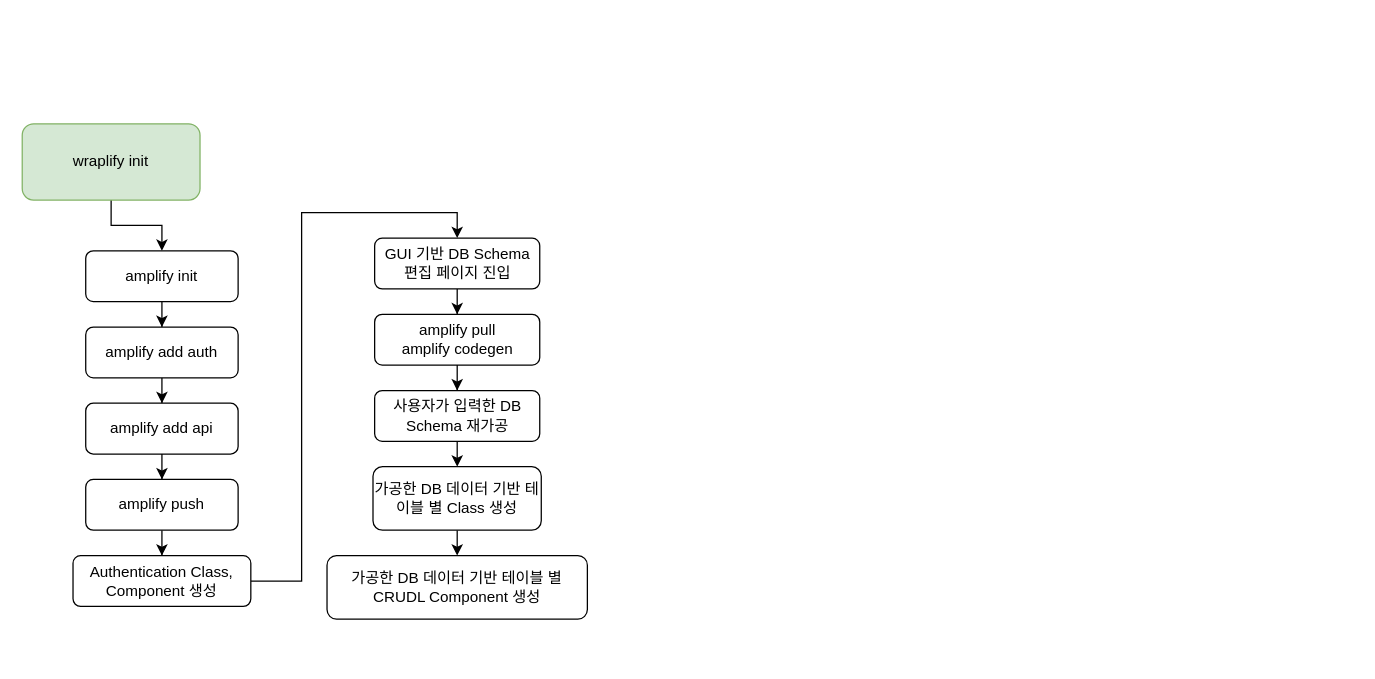
This is Untitled Diagram.drawio from The-CAUest/wraplify, a draw.io file, before an edit. Source tidied: cells renumbered, new cells numbered last; positions are measured from the earlier drawing's top-left corner, leaving out a move shared by most shapes. Both pictures are drawn from the tidied source at 127%, with x=0, y=0 at pixel (22, 123).
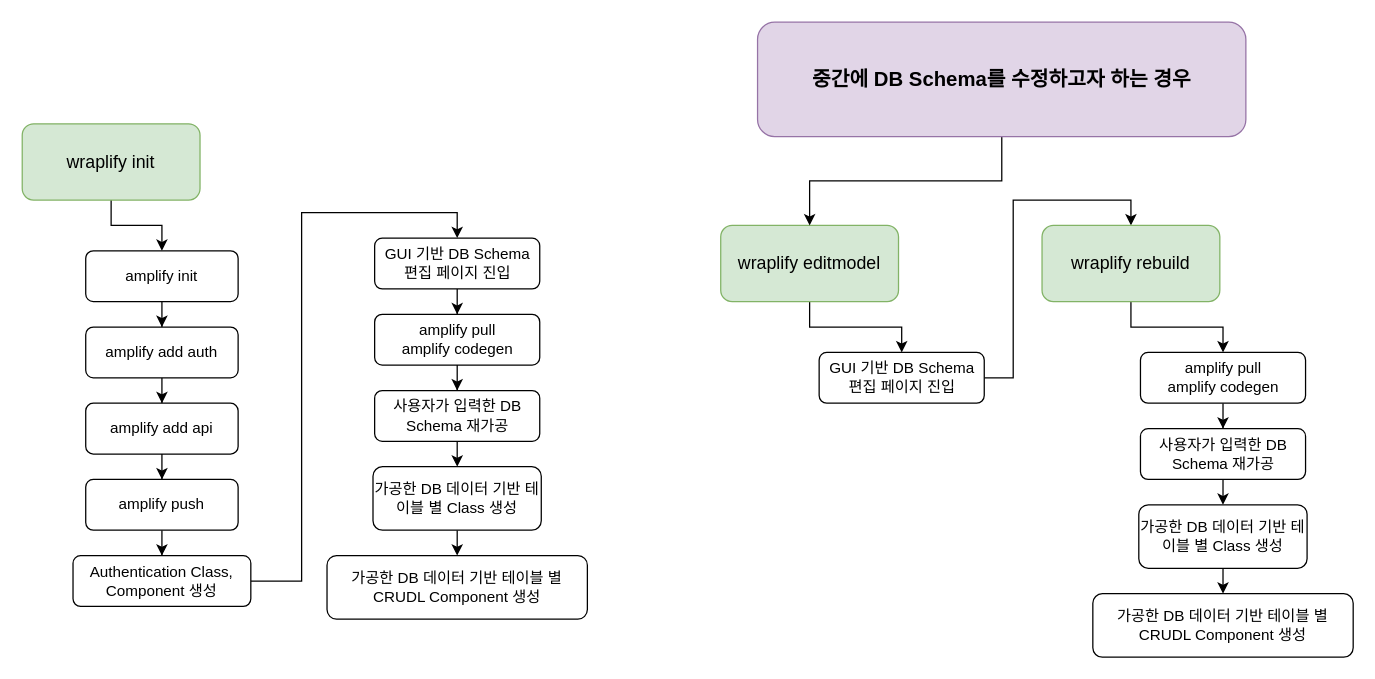
The same diagram, later.

Diff of the diagram source:
```diff
@@
-    <mxCell id="3" value="wraplify init" style="rounded=1;whiteSpace=wrap;html=1;fontSize=12;glass=0;strokeWidth=1;shadow=0;fillColor=#d5e8d4;strokeColor=#82b366;" parent="1" vertex="1">
+    <mxCell id="3" value="wraplify init" style="rounded=1;whiteSpace=wrap;html=1;fontSize=14;glass=0;strokeWidth=1;shadow=0;fillColor=#d5e8d4;strokeColor=#82b366;" parent="1" vertex="1">
       <mxGeometry width="140" height="60" as="geometry" />
     </mxCell>
@@
+    <mxCell id="23" style="edgeStyle=orthogonalEdgeStyle;rounded=0;jettySize=auto;html=1;exitX=0.5;exitY=1;exitDx=0;exitDy=0;entryX=0.5;entryY=0;entryDx=0;entryDy=0;" parent="1" edge="1" source="24" target="30">
+      <mxGeometry relative="1" as="geometry" />
+    </mxCell>
+    <mxCell id="24" value="wraplify editmodel" style="rounded=1;whiteSpace=wrap;html=1;fontSize=14;glass=0;strokeWidth=1;shadow=0;fillColor=#d5e8d4;strokeColor=#82b366;" parent="1" vertex="1">
+      <mxGeometry x="550" y="80" width="140" height="60" as="geometry" />
+    </mxCell>
+    <mxCell id="25" style="edgeStyle=orthogonalEdgeStyle;rounded=0;orthogonalLoop=1;jettySize=auto;html=1;" parent="1" edge="1">
+      <mxGeometry relative="1" as="geometry">
+        <mxPoint x="660" y="160" as="sourcePoint" />
+      </mxGeometry>
+    </mxCell>
+    <mxCell id="26" style="edgeStyle=orthogonalEdgeStyle;rounded=0;orthogonalLoop=1;jettySize=auto;html=1;" parent="1" edge="1">
+      <mxGeometry relative="1" as="geometry">
+        <mxPoint x="660" y="220" as="sourcePoint" />
+      </mxGeometry>
+    </mxCell>
+    <mxCell id="27" style="edgeStyle=orthogonalEdgeStyle;rounded=0;orthogonalLoop=1;jettySize=auto;html=1;" parent="1" edge="1">
+      <mxGeometry relative="1" as="geometry">
+        <mxPoint x="660" y="280" as="sourcePoint" />
+      </mxGeometry>
+    </mxCell>
+    <mxCell id="28" style="edgeStyle=orthogonalEdgeStyle;rounded=0;orthogonalLoop=1;jettySize=auto;html=1;" parent="1" edge="1">
+      <mxGeometry relative="1" as="geometry">
+        <mxPoint x="660" y="360" as="targetPoint" />
+      </mxGeometry>
+    </mxCell>
+    <mxCell id="29" style="edgeStyle=orthogonalEdgeStyle;rounded=0;jettySize=auto;html=1;entryX=0.5;entryY=0;entryDx=0;entryDy=0;" parent="1" edge="1" source="30" target="34">
+      <mxGeometry relative="1" as="geometry" />
+    </mxCell>
+    <mxCell id="30" value="GUI 기반 DB Schema 편집 페이지 진입" style="rounded=1;whiteSpace=wrap;html=1;fontSize=12;glass=0;strokeWidth=1;shadow=0;" parent="1" vertex="1">
+      <mxGeometry x="627.5" y="180" width="130" height="40" as="geometry" />
+    </mxCell>
+    <mxCell id="31" style="edgeStyle=orthogonalEdgeStyle;rounded=0;jettySize=auto;html=1;" parent="1" edge="1" source="32" target="24">
+      <mxGeometry relative="1" as="geometry" />
+    </mxCell>
+    <mxCell id="32" value="&lt;b&gt;&lt;font style=&quot;font-size: 16px&quot;&gt;중간에 DB Schema를 수정하고자 하는 경우&lt;/font&gt;&lt;/b&gt;" style="rounded=1;whiteSpace=wrap;html=1;fontSize=12;glass=0;strokeWidth=1;shadow=0;fillColor=#e1d5e7;strokeColor=#9673a6;" parent="1" vertex="1">
+      <mxGeometry x="579" y="-80" width="384.5" height="90" as="geometry" />
+    </mxCell>
+    <mxCell id="33" style="edgeStyle=orthogonalEdgeStyle;rounded=0;jettySize=auto;html=1;exitX=0.5;exitY=1;exitDx=0;exitDy=0;entryX=0.5;entryY=0;entryDx=0;entryDy=0;" parent="1" edge="1" source="34" target="36">
+      <mxGeometry relative="1" as="geometry" />
+    </mxCell>
+    <mxCell id="34" value="wraplify rebuild" style="rounded=1;whiteSpace=wrap;html=1;fontSize=14;glass=0;strokeWidth=1;shadow=0;fillColor=#d5e8d4;strokeColor=#82b366;" parent="1" vertex="1">
+      <mxGeometry x="803" y="80" width="140" height="60" as="geometry" />
+    </mxCell>
+    <mxCell id="35" style="edgeStyle=orthogonalEdgeStyle;rounded=0;jettySize=auto;html=1;" parent="1" edge="1" source="36" target="38">
+      <mxGeometry relative="1" as="geometry" />
+    </mxCell>
+    <mxCell id="36" value="amplify pull&lt;br&gt;amplify codegen" style="rounded=1;whiteSpace=wrap;html=1;fontSize=12;glass=0;strokeWidth=1;shadow=0;" parent="1" vertex="1">
+      <mxGeometry x="880.5" y="180" width="130" height="40" as="geometry" />
+    </mxCell>
+    <mxCell id="37" style="edgeStyle=orthogonalEdgeStyle;rounded=0;jettySize=auto;html=1;" parent="1" edge="1" source="38" target="40">
+      <mxGeometry relative="1" as="geometry" />
+    </mxCell>
+    <mxCell id="38" value="사용자가 입력한 DB Schema 재가공" style="rounded=1;whiteSpace=wrap;html=1;fontSize=12;glass=0;strokeWidth=1;shadow=0;" parent="1" vertex="1">
+      <mxGeometry x="880.5" y="240" width="130" height="40" as="geometry" />
+    </mxCell>
+    <mxCell id="39" style="edgeStyle=orthogonalEdgeStyle;rounded=0;jettySize=auto;html=1;" parent="1" edge="1" source="40" target="41">
+      <mxGeometry relative="1" as="geometry" />
+    </mxCell>
+    <mxCell id="40" value="가공한 DB 데이터 기반 테이블 별 Class 생성" style="rounded=1;whiteSpace=wrap;html=1;fontSize=12;glass=0;strokeWidth=1;shadow=0;" parent="1" vertex="1">
+      <mxGeometry x="879.2" y="300" width="132.5" height="50" as="geometry" />
+    </mxCell>
+    <mxCell id="41" value="가공한 DB 데이터 기반 테이블 별 CRUDL Component 생성" style="rounded=1;whiteSpace=wrap;html=1;fontSize=12;glass=0;strokeWidth=1;shadow=0;" parent="1" vertex="1">
+      <mxGeometry x="843" y="370" width="205" height="50" as="geometry" />
+    </mxCell>
```
